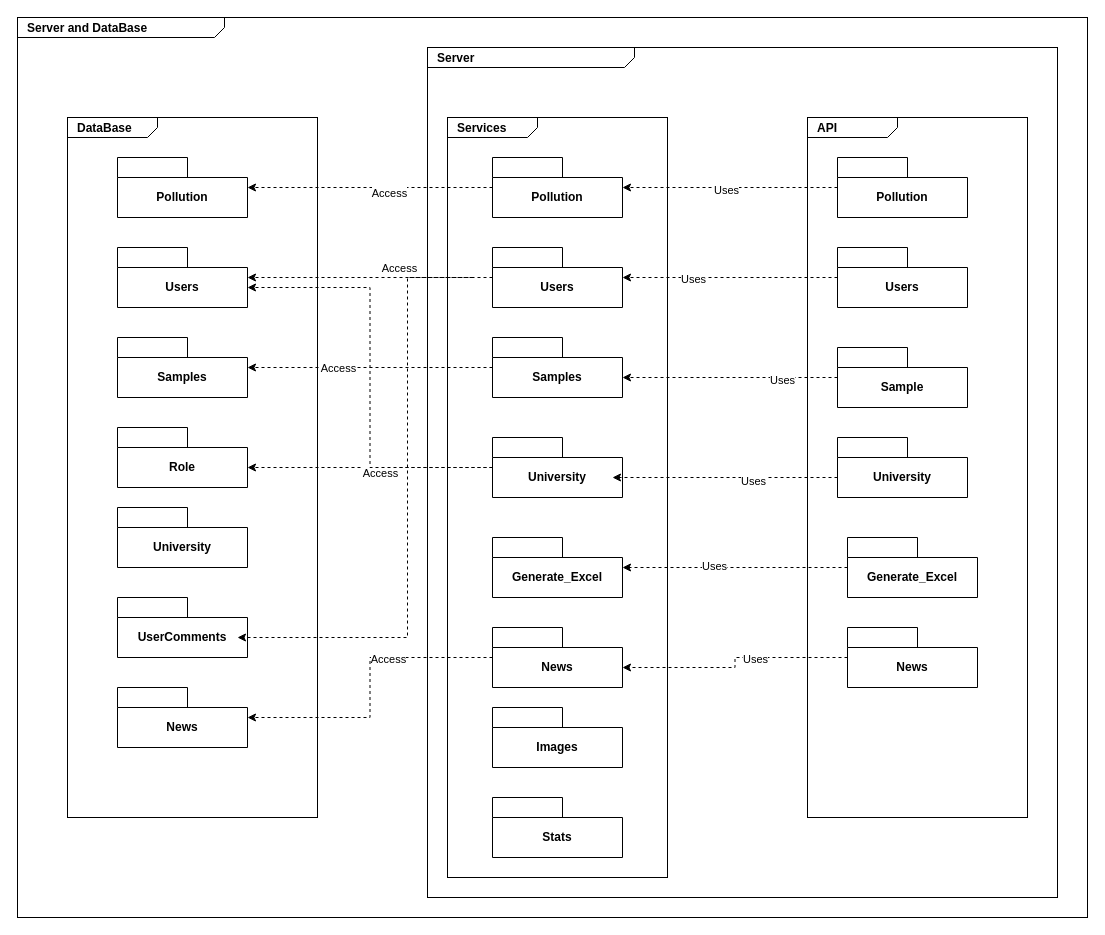
Above: Paquetage_bd.drawio in MurielleMardenli200/projet4_architecture (draw.io), before the change. Source tidied: cells renumbered, new cells numbered last; positions are measured from the earlier drawing's top-left corner, leaving out a move shared by most shapes. Both pictures are drawn from the tidied source at 100%, with x=0, y=0 at pixel (17, 17).
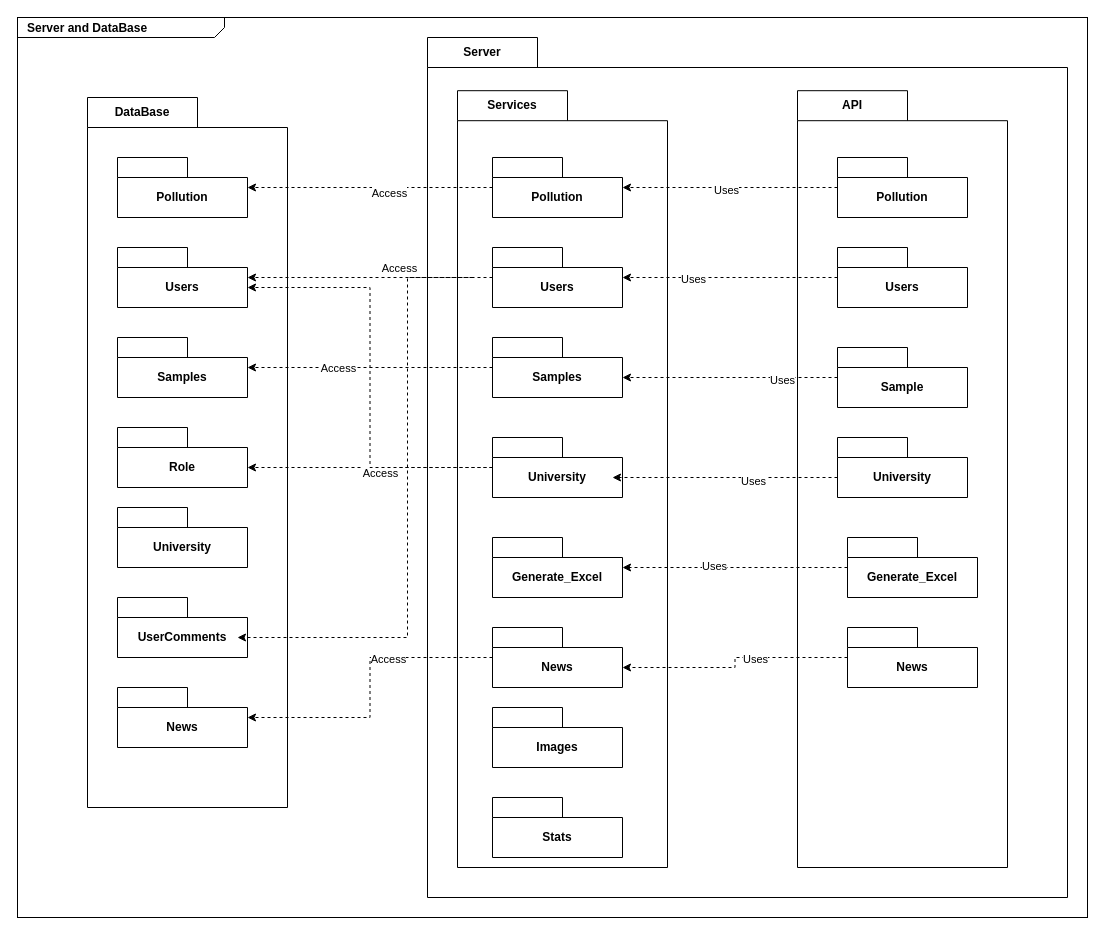
Above is the later version.

What changed in the source:
```diff
@@
-    <mxCell id="3" value="&lt;p style=&quot;margin: 0px ; margin-top: 4px ; margin-left: 10px ; text-align: left&quot;&gt;&lt;b&gt;Server&lt;/b&gt;&lt;/p&gt;" style="html=1;strokeWidth=1;shape=mxgraph.sysml.package;html=1;overflow=fill;whiteSpace=wrap;fontSize=12;align=center;labelX=207;" parent="1" vertex="1">
-      <mxGeometry x="410" y="30" width="630" height="850" as="geometry" />
+    <mxCell id="3" value="Server" style="shape=folder;fontStyle=1;tabWidth=110;tabHeight=30;tabPosition=left;html=1;boundedLbl=1;labelInHeader=1;whiteSpace=wrap;" parent="1" vertex="1">
+      <mxGeometry x="410" y="20" width="640" height="860" as="geometry" />
     </mxCell>
+    <mxCell id="56" style="html=1;strokeColor=none;fillColor=none;whiteSpace=wrap;" parent="3" vertex="1">
+      <mxGeometry width="630" height="533.73" relative="1" as="geometry">
+        <mxPoint y="30" as="offset" />
+      </mxGeometry>
+    </mxCell>
+    <mxCell id="18" value="Services" style="shape=folder;fontStyle=1;tabWidth=110;tabHeight=30;tabPosition=left;html=1;boundedLbl=1;labelInHeader=1;whiteSpace=wrap;fillColor=none;" parent="3" vertex="1">
+      <mxGeometry x="30" y="53.2" width="210" height="776.8" as="geometry" />
+    </mxCell>
+    <mxCell id="57" style="html=1;strokeColor=none;fillColor=none;whiteSpace=wrap;" parent="18" vertex="1">
+      <mxGeometry width="210" height="543.76" relative="1" as="geometry">
+        <mxPoint y="30" as="offset" />
+      </mxGeometry>
+    </mxCell>
+    <mxCell id="16" value="API" style="shape=folder;fontStyle=1;tabWidth=110;tabHeight=30;tabPosition=left;html=1;boundedLbl=1;labelInHeader=1;whiteSpace=wrap;fillColor=none;" parent="3" vertex="1">
+      <mxGeometry x="370" y="53.2" width="210" height="776.8" as="geometry" />
+    </mxCell>
+    <mxCell id="58" style="html=1;strokeColor=none;fillColor=none;whiteSpace=wrap;" parent="16" vertex="1">
+      <mxGeometry width="210" height="543.76" relative="1" as="geometry">
+        <mxPoint y="30" as="offset" />
+      </mxGeometry>
+    </mxCell>
-    <mxCell id="4" value="&lt;p style=&quot;margin:0px;margin-top:4px;margin-left:10px;text-align:left;&quot;&gt;&lt;b&gt;DataBase&lt;/b&gt;&lt;/p&gt;" style="html=1;shape=mxgraph.sysml.package;html=1;overflow=fill;whiteSpace=wrap;" parent="1" vertex="1">
-      <mxGeometry x="50" y="100" width="250" height="700" as="geometry" />
+    <mxCell id="4" value="DataBase" style="shape=folder;fontStyle=1;tabWidth=110;tabHeight=30;tabPosition=left;html=1;boundedLbl=1;labelInHeader=1;whiteSpace=wrap;" parent="1" vertex="1">
+      <mxGeometry x="70" y="80" width="200" height="710" as="geometry" />
     </mxCell>
+    <mxCell id="59" style="html=1;strokeColor=none;fillColor=none;whiteSpace=wrap;" parent="4" vertex="1">
+      <mxGeometry width="200" height="497" relative="1" as="geometry">
+        <mxPoint y="30" as="offset" />
+      </mxGeometry>
+    </mxCell>
@@
-    <mxCell id="16" value="&lt;p style=&quot;margin:0px;margin-top:4px;margin-left:10px;text-align:left;&quot;&gt;&lt;b&gt;API&lt;/b&gt;&lt;/p&gt;" style="html=1;shape=mxgraph.sysml.package;html=1;overflow=fill;whiteSpace=wrap;fillColor=none;" parent="1" vertex="1">
-      <mxGeometry x="790" y="100" width="220" height="700" as="geometry" />
-    </mxCell>
@@
-    <mxCell id="18" value="&lt;p style=&quot;margin:0px;margin-top:4px;margin-left:10px;text-align:left;&quot;&gt;&lt;b&gt;Services&lt;/b&gt;&lt;/p&gt;" style="html=1;shape=mxgraph.sysml.package;html=1;overflow=fill;whiteSpace=wrap;fillColor=none;" parent="1" vertex="1">
-      <mxGeometry x="430" y="100" width="220" height="760" as="geometry" />
-    </mxCell>
```
